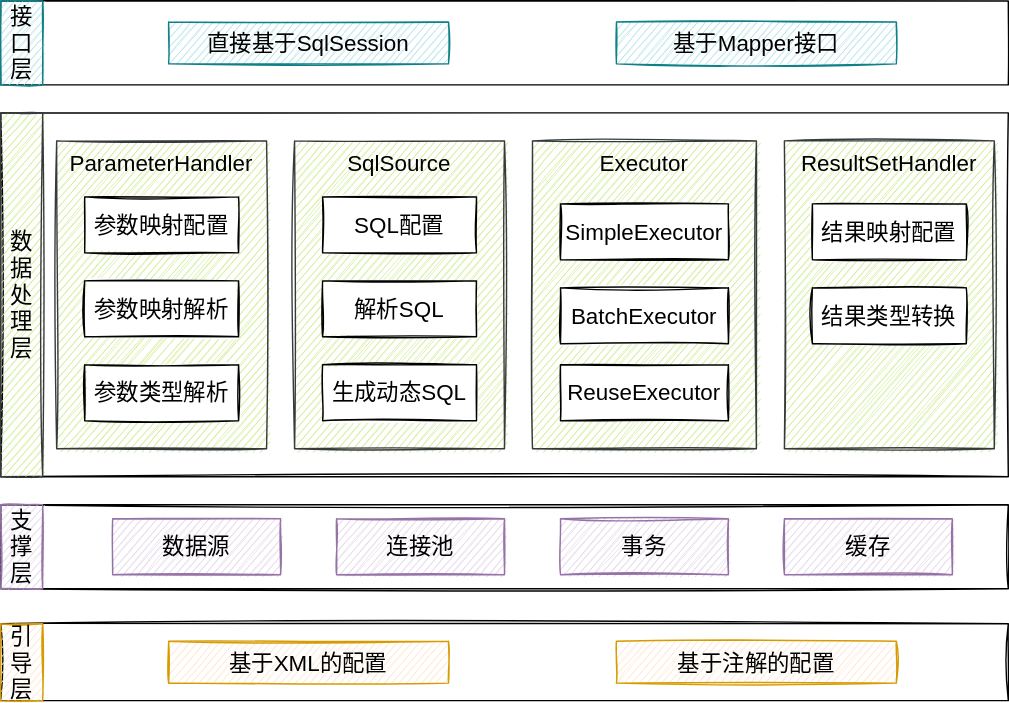
This is images/5/mybatis_framework.svg from LeanLeeOne/notes, a draw.io export, as it was before one commit. Source tidied: cells renumbered, new cells last; positions are measured from the earlier drawing's top-left corner, leaving out a move shared by most shapes.
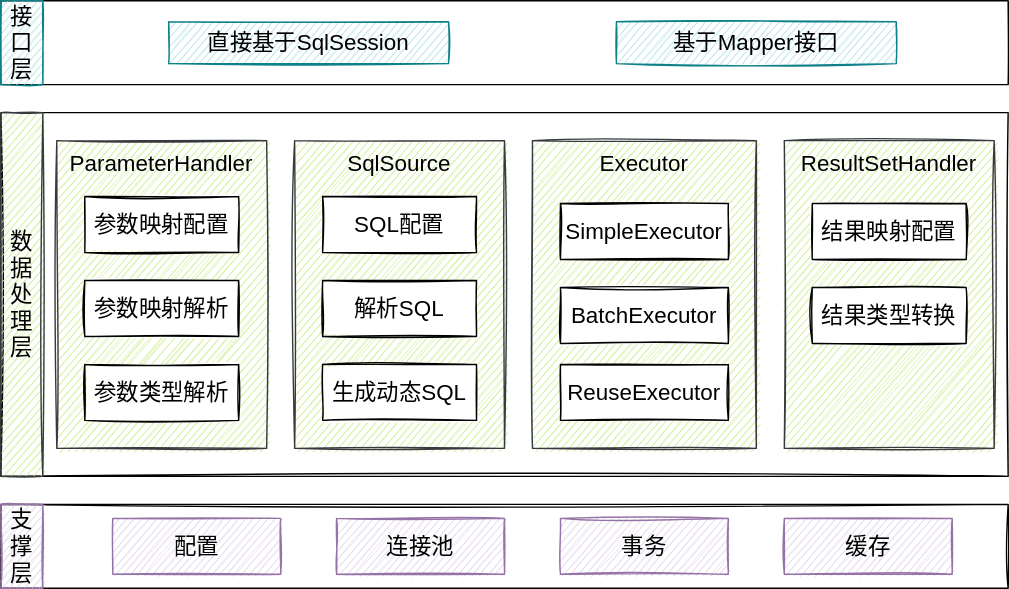
After the commit.

Diff of the diagram source:
```diff
@@ -74,24 +74,12 @@
     <mxCell id="25" value="事务" style="rounded=0;whiteSpace=wrap;html=1;sketch=1;fontSize=16;align=center;verticalAlign=middle;fillColor=#e1d5e7;strokeColor=#9673a6;" parent="1" vertex="1">
       <mxGeometry x="400" y="370" width="120" height="40" as="geometry" />
     </mxCell>
-    <mxCell id="26" value="数据源" style="rounded=0;whiteSpace=wrap;html=1;sketch=1;fontSize=16;align=center;verticalAlign=middle;fillColor=#e1d5e7;strokeColor=#9673a6;" parent="1" vertex="1">
+    <mxCell id="26" value="配置" style="rounded=0;whiteSpace=wrap;html=1;sketch=1;fontSize=16;align=center;verticalAlign=middle;fillColor=#e1d5e7;strokeColor=#9673a6;" parent="1" vertex="1">
       <mxGeometry x="80" y="370" width="120" height="40" as="geometry" />
     </mxCell>
     <mxCell id="27" value="缓存" style="rounded=0;whiteSpace=wrap;html=1;sketch=1;fontSize=16;align=center;verticalAlign=middle;fillColor=#e1d5e7;strokeColor=#9673a6;" parent="1" vertex="1">
       <mxGeometry x="560" y="370" width="120" height="40" as="geometry" />
     </mxCell>
-    <mxCell id="28" style="rounded=0;whiteSpace=wrap;html=1;align=center;verticalAlign=top;fillColor=none;fontSize=16;sketch=1;" parent="1" vertex="1">
-      <mxGeometry y="445" width="720" height="55" as="geometry" />
-    </mxCell>
-    <mxCell id="29" value="&lt;font style=&quot;font-size: 16px&quot;&gt;引导层&lt;/font&gt;" style="rounded=0;whiteSpace=wrap;html=1;align=center;verticalAlign=middle;fillColor=#ffe6cc;strokeColor=#d79b00;fontSize=16;sketch=1;" parent="1" vertex="1">
-      <mxGeometry y="445" width="30" height="55" as="geometry" />
-    </mxCell>
-    <mxCell id="30" value="基于XML的配置" style="rounded=0;whiteSpace=wrap;html=1;fillColor=#ffe6cc;align=center;verticalAlign=middle;strokeColor=#d79b00;fontSize=16;sketch=1;" parent="1" vertex="1">
-      <mxGeometry x="120" y="457.5" width="200" height="30" as="geometry" />
-    </mxCell>
-    <mxCell id="31" value="基于注解的配置" style="rounded=0;whiteSpace=wrap;html=1;fillColor=#ffe6cc;align=center;verticalAlign=middle;strokeColor=#d79b00;fontSize=16;sketch=1;" parent="1" vertex="1">
-      <mxGeometry x="440" y="457.5" width="200" height="30" as="geometry" />
-    </mxCell>
     <mxCell id="32" value="连接池" style="rounded=0;whiteSpace=wrap;html=1;sketch=1;fontSize=16;align=center;verticalAlign=middle;fillColor=#e1d5e7;strokeColor=#9673a6;" parent="1" vertex="1">
       <mxGeometry x="240" y="370" width="120" height="40" as="geometry" />
     </mxCell>
```
